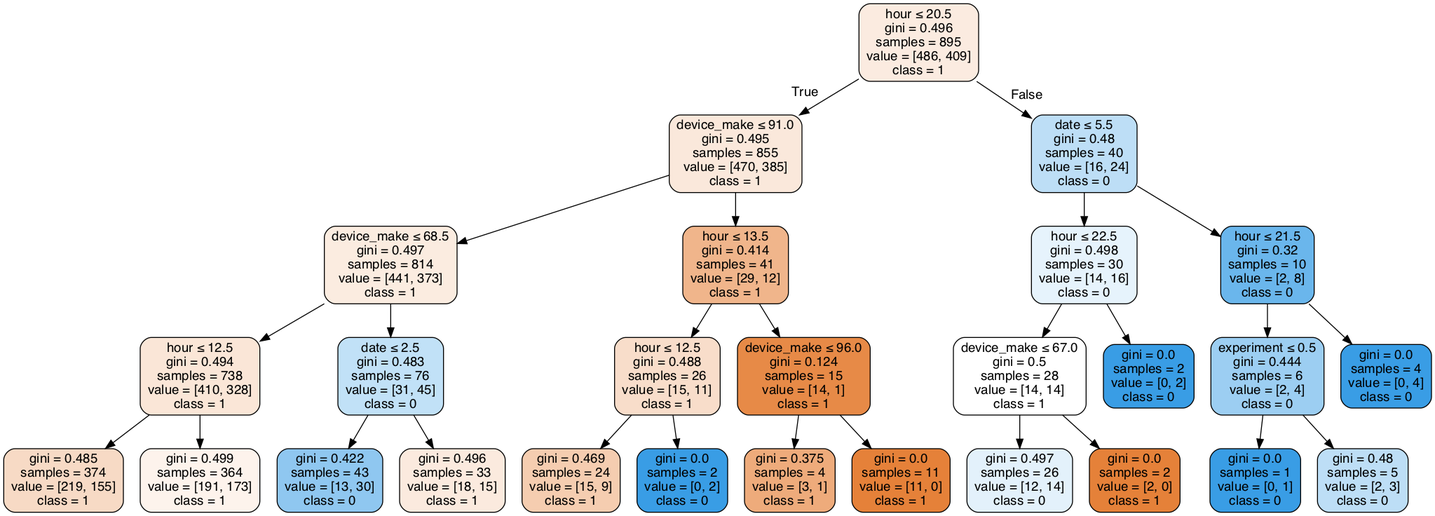
daniEL2371/abtest-mlops keeps this Graphviz diagram as notebooks/AbTestDecisionTree.png. Above is the earlier version. Its source is kept beside it as notebooks/AbTestDecisionTree.dot. The source it was exported from:
```dot
digraph Tree {
node [shape=box, style="filled, rounded", color="black", fontname=helvetica] ;
edge [fontname=helvetica] ;
0 [label=<hour &le; 20.5<br/>gini = 0.496<br/>samples = 895<br/>value = [486, 409]<br/>class = 1>, fillcolor="#fbebe0"] ;
1 [label=<device_make &le; 91.0<br/>gini = 0.495<br/>samples = 855<br/>value = [470, 385]<br/>class = 1>, fillcolor="#fae8db"] ;
0 -> 1 [labeldistance=2.5, labelangle=45, headlabel="True"] ;
2 [label=<device_make &le; 68.5<br/>gini = 0.497<br/>samples = 814<br/>value = [441, 373]<br/>class = 1>, fillcolor="#fbece0"] ;
1 -> 2 ;
3 [label=<hour &le; 12.5<br/>gini = 0.494<br/>samples = 738<br/>value = [410, 328]<br/>class = 1>, fillcolor="#fae6d7"] ;
2 -> 3 ;
4 [label=<gini = 0.485<br/>samples = 374<br/>value = [219, 155]<br/>class = 1>, fillcolor="#f7dac5"] ;
3 -> 4 ;
5 [label=<gini = 0.499<br/>samples = 364<br/>value = [191, 173]<br/>class = 1>, fillcolor="#fdf3ec"] ;
3 -> 5 ;
6 [label=<date &le; 2.5<br/>gini = 0.483<br/>samples = 76<br/>value = [31, 45]<br/>class = 0>, fillcolor="#c1e1f7"] ;
2 -> 6 ;
7 [label=<gini = 0.422<br/>samples = 43<br/>value = [13, 30]<br/>class = 0>, fillcolor="#8fc7f0"] ;
6 -> 7 ;
8 [label=<gini = 0.496<br/>samples = 33<br/>value = [18, 15]<br/>class = 1>, fillcolor="#fbeade"] ;
6 -> 8 ;
9 [label=<hour &le; 13.5<br/>gini = 0.414<br/>samples = 41<br/>value = [29, 12]<br/>class = 1>, fillcolor="#f0b58b"] ;
1 -> 9 ;
10 [label=<hour &le; 12.5<br/>gini = 0.488<br/>samples = 26<br/>value = [15, 11]<br/>class = 1>, fillcolor="#f8ddca"] ;
9 -> 10 ;
11 [label=<gini = 0.469<br/>samples = 24<br/>value = [15, 9]<br/>class = 1>, fillcolor="#f5cdb0"] ;
10 -> 11 ;
12 [label=<gini = 0.0<br/>samples = 2<br/>value = [0, 2]<br/>class = 0>, fillcolor="#399de5"] ;
10 -> 12 ;
13 [label=<device_make &le; 96.0<br/>gini = 0.124<br/>samples = 15<br/>value = [14, 1]<br/>class = 1>, fillcolor="#e78a47"] ;
9 -> 13 ;
14 [label=<gini = 0.375<br/>samples = 4<br/>value = [3, 1]<br/>class = 1>, fillcolor="#eeab7b"] ;
13 -> 14 ;
15 [label=<gini = 0.0<br/>samples = 11<br/>value = [11, 0]<br/>class = 1>, fillcolor="#e58139"] ;
13 -> 15 ;
16 [label=<date &le; 5.5<br/>gini = 0.48<br/>samples = 40<br/>value = [16, 24]<br/>class = 0>, fillcolor="#bddef6"] ;
0 -> 16 [labeldistance=2.5, labelangle=-45, headlabel="False"] ;
17 [label=<hour &le; 22.5<br/>gini = 0.498<br/>samples = 30<br/>value = [14, 16]<br/>class = 0>, fillcolor="#e6f3fc"] ;
16 -> 17 ;
18 [label=<device_make &le; 67.0<br/>gini = 0.5<br/>samples = 28<br/>value = [14, 14]<br/>class = 1>, fillcolor="#ffffff"] ;
17 -> 18 ;
19 [label=<gini = 0.497<br/>samples = 26<br/>value = [12, 14]<br/>class = 0>, fillcolor="#e3f1fb"] ;
18 -> 19 ;
20 [label=<gini = 0.0<br/>samples = 2<br/>value = [2, 0]<br/>class = 1>, fillcolor="#e58139"] ;
18 -> 20 ;
21 [label=<gini = 0.0<br/>samples = 2<br/>value = [0, 2]<br/>class = 0>, fillcolor="#399de5"] ;
17 -> 21 ;
22 [label=<hour &le; 21.5<br/>gini = 0.32<br/>samples = 10<br/>value = [2, 8]<br/>class = 0>, fillcolor="#6ab6ec"] ;
16 -> 22 ;
23 [label=<experiment &le; 0.5<br/>gini = 0.444<br/>samples = 6<br/>value = [2, 4]<br/>class = 0>, fillcolor="#9ccef2"] ;
22 -> 23 ;
24 [label=<gini = 0.0<br/>samples = 1<br/>value = [0, 1]<br/>class = 0>, fillcolor="#399de5"] ;
23 -> 24 ;
25 [label=<gini = 0.48<br/>samples = 5<br/>value = [2, 3]<br/>class = 0>, fillcolor="#bddef6"] ;
23 -> 25 ;
26 [label=<gini = 0.0<br/>samples = 4<br/>value = [0, 4]<br/>class = 0>, fillcolor="#399de5"] ;
22 -> 26 ;
}
```
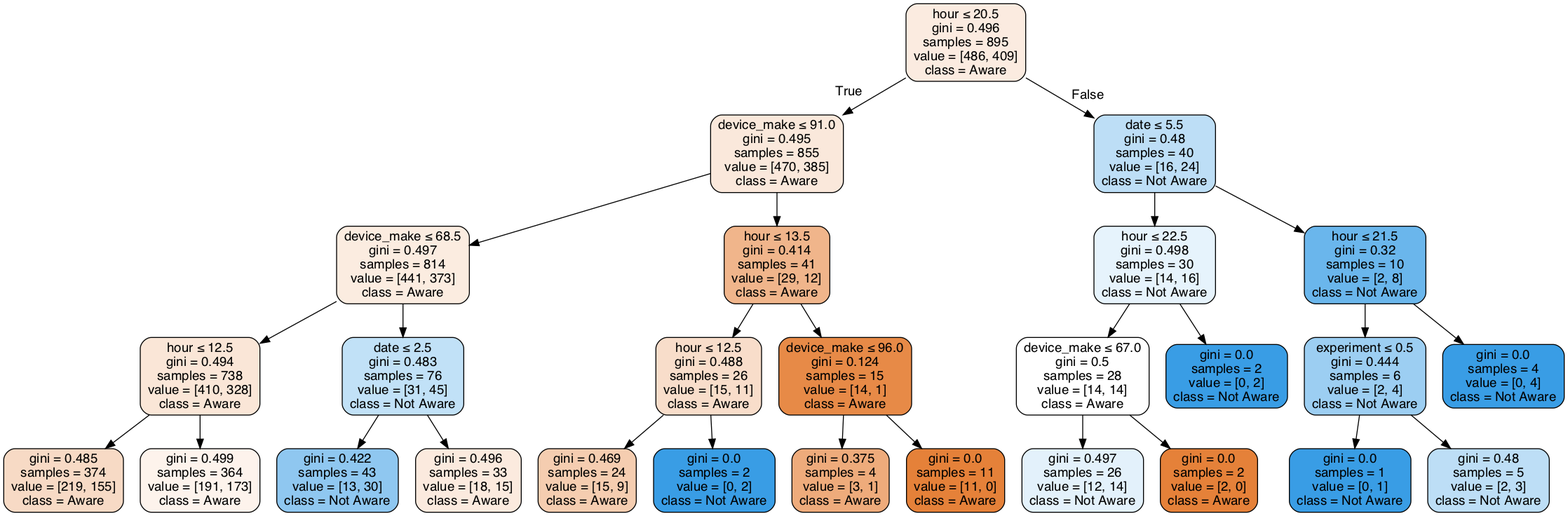
The same file after the commit.

Change to the diagram source:
```diff
@@ -1,57 +1,57 @@
 digraph Tree {
 node [shape=box, style="filled, rounded", color="black", fontname=helvetica] ;
 edge [fontname=helvetica] ;
-0 [label=<hour &le; 20.5<br/>gini = 0.496<br/>samples = 895<br/>value = [486, 409]<br/>class = 1>, fillcolor="#fbebe0"] ;
-1 [label=<device_make &le; 91.0<br/>gini = 0.495<br/>samples = 855<br/>value = [470, 385]<br/>class = 1>, fillcolor="#fae8db"] ;
+0 [label=<hour &le; 20.5<br/>gini = 0.496<br/>samples = 895<br/>value = [486, 409]<br/>class = Aware>, fillcolor="#fbebe0"] ;
+1 [label=<device_make &le; 91.0<br/>gini = 0.495<br/>samples = 855<br/>value = [470, 385]<br/>class = Aware>, fillcolor="#fae8db"] ;
 0 -> 1 [labeldistance=2.5, labelangle=45, headlabel="True"] ;
-2 [label=<device_make &le; 68.5<br/>gini = 0.497<br/>samples = 814<br/>value = [441, 373]<br/>class = 1>, fillcolor="#fbece0"] ;
+2 [label=<device_make &le; 68.5<br/>gini = 0.497<br/>samples = 814<br/>value = [441, 373]<br/>class = Aware>, fillcolor="#fbece0"] ;
 1 -> 2 ;
-3 [label=<hour &le; 12.5<br/>gini = 0.494<br/>samples = 738<br/>value = [410, 328]<br/>class = 1>, fillcolor="#fae6d7"] ;
+3 [label=<hour &le; 12.5<br/>gini = 0.494<br/>samples = 738<br/>value = [410, 328]<br/>class = Aware>, fillcolor="#fae6d7"] ;
 2 -> 3 ;
-4 [label=<gini = 0.485<br/>samples = 374<br/>value = [219, 155]<br/>class = 1>, fillcolor="#f7dac5"] ;
+4 [label=<gini = 0.485<br/>samples = 374<br/>value = [219, 155]<br/>class = Aware>, fillcolor="#f7dac5"] ;
 3 -> 4 ;
-5 [label=<gini = 0.499<br/>samples = 364<br/>value = [191, 173]<br/>class = 1>, fillcolor="#fdf3ec"] ;
+5 [label=<gini = 0.499<br/>samples = 364<br/>value = [191, 173]<br/>class = Aware>, fillcolor="#fdf3ec"] ;
 3 -> 5 ;
-6 [label=<date &le; 2.5<br/>gini = 0.483<br/>samples = 76<br/>value = [31, 45]<br/>class = 0>, fillcolor="#c1e1f7"] ;
+6 [label=<date &le; 2.5<br/>gini = 0.483<br/>samples = 76<br/>value = [31, 45]<br/>class = Not Aware>, fillcolor="#c1e1f7"] ;
 2 -> 6 ;
-7 [label=<gini = 0.422<br/>samples = 43<br/>value = [13, 30]<br/>class = 0>, fillcolor="#8fc7f0"] ;
+7 [label=<gini = 0.422<br/>samples = 43<br/>value = [13, 30]<br/>class = Not Aware>, fillcolor="#8fc7f0"] ;
 6 -> 7 ;
-8 [label=<gini = 0.496<br/>samples = 33<br/>value = [18, 15]<br/>class = 1>, fillcolor="#fbeade"] ;
+8 [label=<gini = 0.496<br/>samples = 33<br/>value = [18, 15]<br/>class = Aware>, fillcolor="#fbeade"] ;
 6 -> 8 ;
-9 [label=<hour &le; 13.5<br/>gini = 0.414<br/>samples = 41<br/>value = [29, 12]<br/>class = 1>, fillcolor="#f0b58b"] ;
+9 [label=<hour &le; 13.5<br/>gini = 0.414<br/>samples = 41<br/>value = [29, 12]<br/>class = Aware>, fillcolor="#f0b58b"] ;
 1 -> 9 ;
-10 [label=<hour &le; 12.5<br/>gini = 0.488<br/>samples = 26<br/>value = [15, 11]<br/>class = 1>, fillcolor="#f8ddca"] ;
+10 [label=<hour &le; 12.5<br/>gini = 0.488<br/>samples = 26<br/>value = [15, 11]<br/>class = Aware>, fillcolor="#f8ddca"] ;
 9 -> 10 ;
-11 [label=<gini = 0.469<br/>samples = 24<br/>value = [15, 9]<br/>class = 1>, fillcolor="#f5cdb0"] ;
+11 [label=<gini = 0.469<br/>samples = 24<br/>value = [15, 9]<br/>class = Aware>, fillcolor="#f5cdb0"] ;
 10 -> 11 ;
-12 [label=<gini = 0.0<br/>samples = 2<br/>value = [0, 2]<br/>class = 0>, fillcolor="#399de5"] ;
+12 [label=<gini = 0.0<br/>samples = 2<br/>value = [0, 2]<br/>class = Not Aware>, fillcolor="#399de5"] ;
 10 -> 12 ;
-13 [label=<device_make &le; 96.0<br/>gini = 0.124<br/>samples = 15<br/>value = [14, 1]<br/>class = 1>, fillcolor="#e78a47"] ;
+13 [label=<device_make &le; 96.0<br/>gini = 0.124<br/>samples = 15<br/>value = [14, 1]<br/>class = Aware>, fillcolor="#e78a47"] ;
 9 -> 13 ;
-14 [label=<gini = 0.375<br/>samples = 4<br/>value = [3, 1]<br/>class = 1>, fillcolor="#eeab7b"] ;
+14 [label=<gini = 0.375<br/>samples = 4<br/>value = [3, 1]<br/>class = Aware>, fillcolor="#eeab7b"] ;
 13 -> 14 ;
-15 [label=<gini = 0.0<br/>samples = 11<br/>value = [11, 0]<br/>class = 1>, fillcolor="#e58139"] ;
+15 [label=<gini = 0.0<br/>samples = 11<br/>value = [11, 0]<br/>class = Aware>, fillcolor="#e58139"] ;
 13 -> 15 ;
-16 [label=<date &le; 5.5<br/>gini = 0.48<br/>samples = 40<br/>value = [16, 24]<br/>class = 0>, fillcolor="#bddef6"] ;
+16 [label=<date &le; 5.5<br/>gini = 0.48<br/>samples = 40<br/>value = [16, 24]<br/>class = Not Aware>, fillcolor="#bddef6"] ;
 0 -> 16 [labeldistance=2.5, labelangle=-45, headlabel="False"] ;
-17 [label=<hour &le; 22.5<br/>gini = 0.498<br/>samples = 30<br/>value = [14, 16]<br/>class = 0>, fillcolor="#e6f3fc"] ;
+17 [label=<hour &le; 22.5<br/>gini = 0.498<br/>samples = 30<br/>value = [14, 16]<br/>class = Not Aware>, fillcolor="#e6f3fc"] ;
 16 -> 17 ;
-18 [label=<device_make &le; 67.0<br/>gini = 0.5<br/>samples = 28<br/>value = [14, 14]<br/>class = 1>, fillcolor="#ffffff"] ;
+18 [label=<device_make &le; 67.0<br/>gini = 0.5<br/>samples = 28<br/>value = [14, 14]<br/>class = Aware>, fillcolor="#ffffff"] ;
 17 -> 18 ;
-19 [label=<gini = 0.497<br/>samples = 26<br/>value = [12, 14]<br/>class = 0>, fillcolor="#e3f1fb"] ;
+19 [label=<gini = 0.497<br/>samples = 26<br/>value = [12, 14]<br/>class = Not Aware>, fillcolor="#e3f1fb"] ;
 18 -> 19 ;
-20 [label=<gini = 0.0<br/>samples = 2<br/>value = [2, 0]<br/>class = 1>, fillcolor="#e58139"] ;
+20 [label=<gini = 0.0<br/>samples = 2<br/>value = [2, 0]<br/>class = Aware>, fillcolor="#e58139"] ;
 18 -> 20 ;
-21 [label=<gini = 0.0<br/>samples = 2<br/>value = [0, 2]<br/>class = 0>, fillcolor="#399de5"] ;
+21 [label=<gini = 0.0<br/>samples = 2<br/>value = [0, 2]<br/>class = Not Aware>, fillcolor="#399de5"] ;
 17 -> 21 ;
-22 [label=<hour &le; 21.5<br/>gini = 0.32<br/>samples = 10<br/>value = [2, 8]<br/>class = 0>, fillcolor="#6ab6ec"] ;
+22 [label=<hour &le; 21.5<br/>gini = 0.32<br/>samples = 10<br/>value = [2, 8]<br/>class = Not Aware>, fillcolor="#6ab6ec"] ;
 16 -> 22 ;
-23 [label=<experiment &le; 0.5<br/>gini = 0.444<br/>samples = 6<br/>value = [2, 4]<br/>class = 0>, fillcolor="#9ccef2"] ;
+23 [label=<experiment &le; 0.5<br/>gini = 0.444<br/>samples = 6<br/>value = [2, 4]<br/>class = Not Aware>, fillcolor="#9ccef2"] ;
 22 -> 23 ;
-24 [label=<gini = 0.0<br/>samples = 1<br/>value = [0, 1]<br/>class = 0>, fillcolor="#399de5"] ;
+24 [label=<gini = 0.0<br/>samples = 1<br/>value = [0, 1]<br/>class = Not Aware>, fillcolor="#399de5"] ;
 23 -> 24 ;
-25 [label=<gini = 0.48<br/>samples = 5<br/>value = [2, 3]<br/>class = 0>, fillcolor="#bddef6"] ;
+25 [label=<gini = 0.48<br/>samples = 5<br/>value = [2, 3]<br/>class = Not Aware>, fillcolor="#bddef6"] ;
 23 -> 25 ;
-26 [label=<gini = 0.0<br/>samples = 4<br/>value = [0, 4]<br/>class = 0>, fillcolor="#399de5"] ;
+26 [label=<gini = 0.0<br/>samples = 4<br/>value = [0, 4]<br/>class = Not Aware>, fillcolor="#399de5"] ;
 22 -> 26 ;
 }
```
